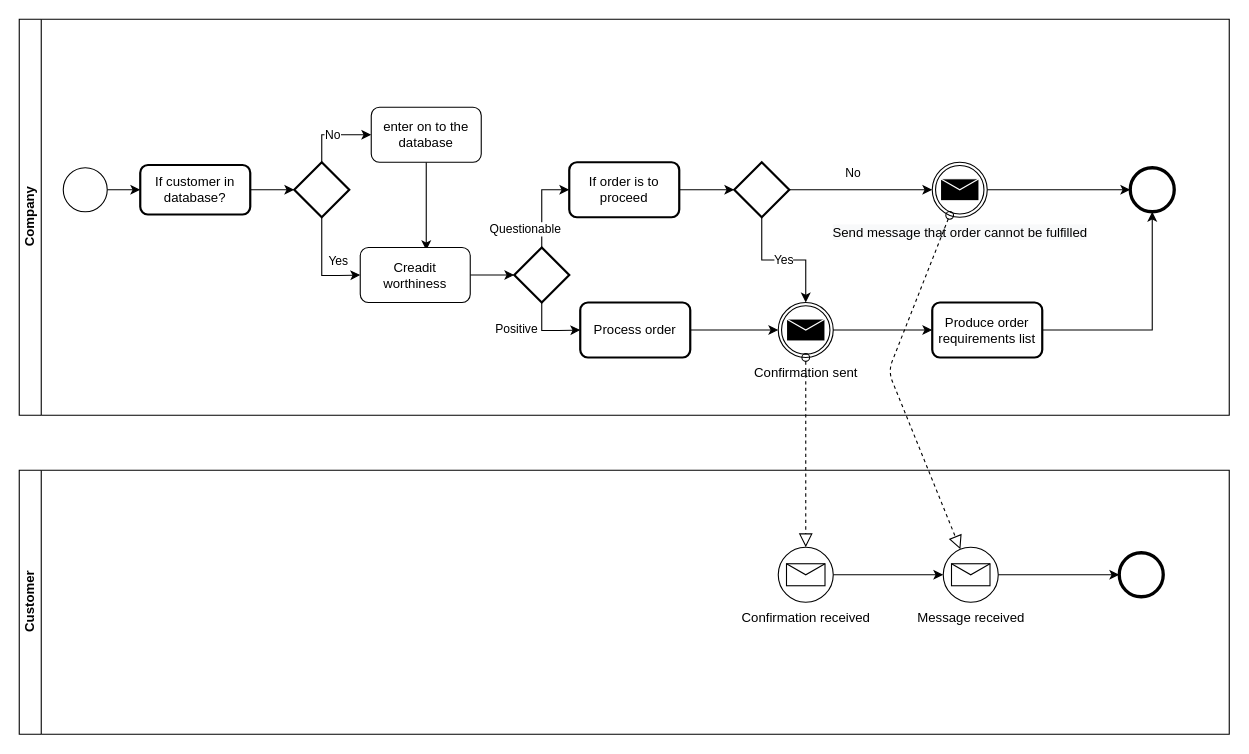
The draw.io diagram Manufacture order procee.drawio in shitanshiwoerzi/test, before the edit. Source tidied: cells renumbered, new cells numbered last; positions are measured from the earlier drawing's top-left corner, leaving out a move shared by most shapes. Both pictures are drawn from the tidied source at 110%, with x=0, y=0 at pixel (19, 19).
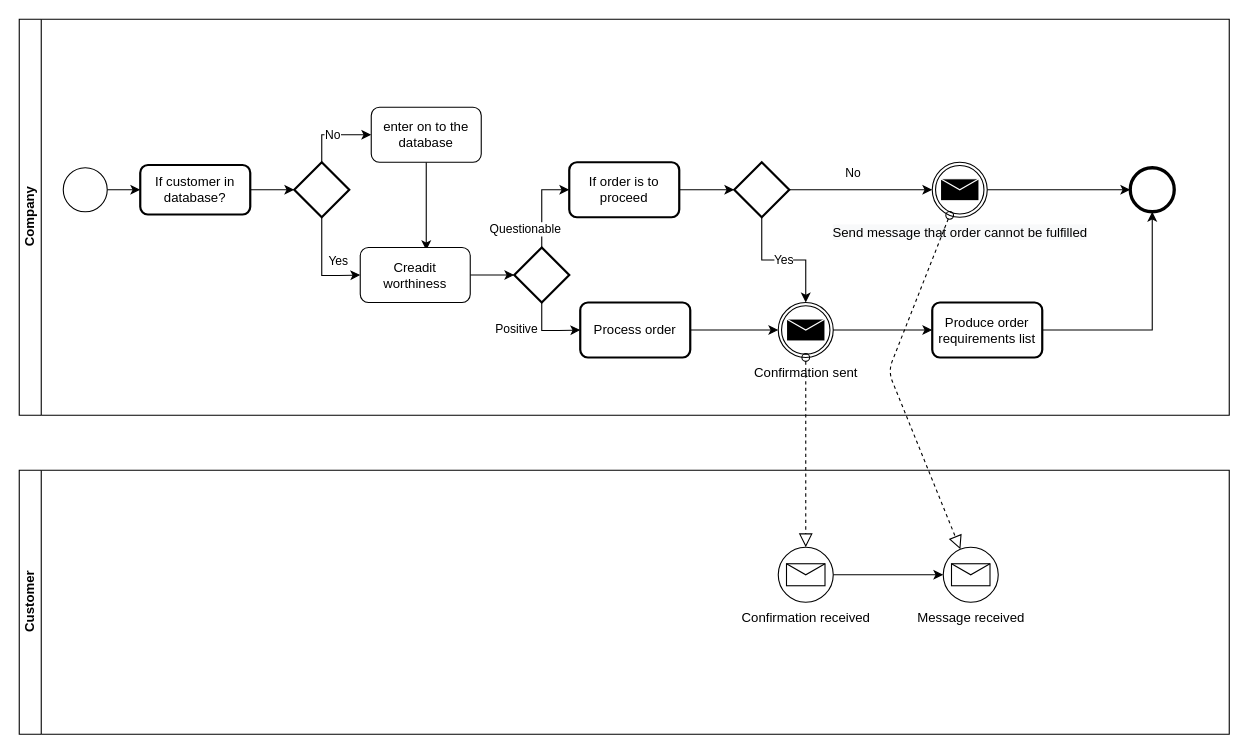
The same page after the edit.

The change refers to these unchanged cells:
```xml
<mxCell id="30" value="Customer" style="swimlane;html=1;horizontal=0;startSize=20;" parent="1" vertex="1">
  <mxGeometry y="410" width="1100" height="240" as="geometry" />
</mxCell>
<mxCell id="34" value="Message received" style="shape=mxgraph.bpmn.shape;html=1;verticalLabelPosition=bottom;labelBackgroundColor=#ffffff;verticalAlign=top;align=center;perimeter=ellipsePerimeter;outlineConnect=0;outline=standard;symbol=message;" parent="30" vertex="1">
  <mxGeometry x="840" y="70" width="50" height="50" as="geometry" />
</mxCell>
```

What changed in the source:
```diff
@@
-    <mxCell id="33" style="edgeStyle=orthogonalEdgeStyle;rounded=0;jettySize=auto;html=1;entryX=0;entryY=0.5;entryDx=0;entryDy=0;" parent="30" edge="1" source="34" target="35">
-      <mxGeometry relative="1" as="geometry" />
-    </mxCell>
@@
-    <mxCell id="35" style="shape=mxgraph.bpmn.shape;html=1;verticalLabelPosition=bottom;labelBackgroundColor=#ffffff;verticalAlign=top;align=center;perimeter=ellipsePerimeter;outlineConnect=0;outline=end;symbol=general;" parent="30" vertex="1">
-      <mxGeometry x="1000" y="75" width="40" height="40" as="geometry" />
-    </mxCell>
```
